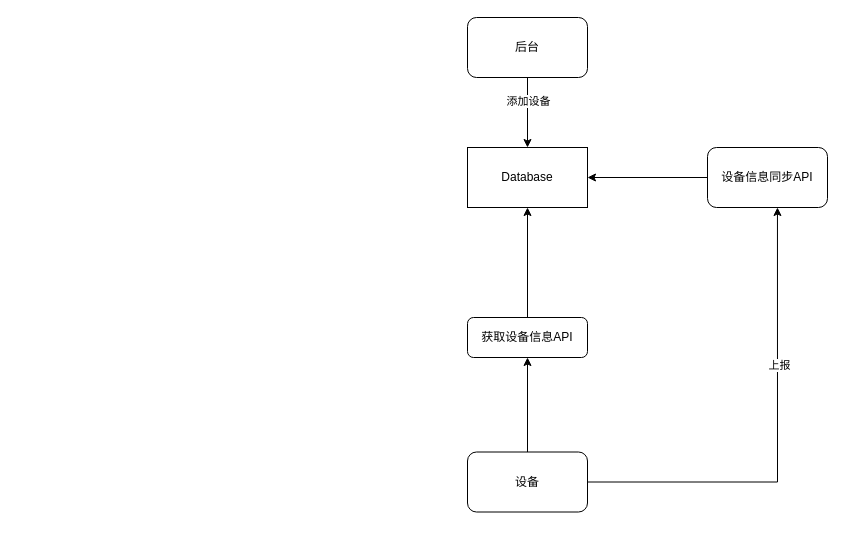
This is 设备API.drawio from mandarenmanman/apidoc, a draw.io file, before an edit. Source tidied: cells renumbered, new cells numbered last; positions are measured from the earlier drawing's top-left corner, leaving out a move shared by most shapes. Both pictures are drawn from the tidied source at 100%, with x=0, y=0 at pixel (467, 17).
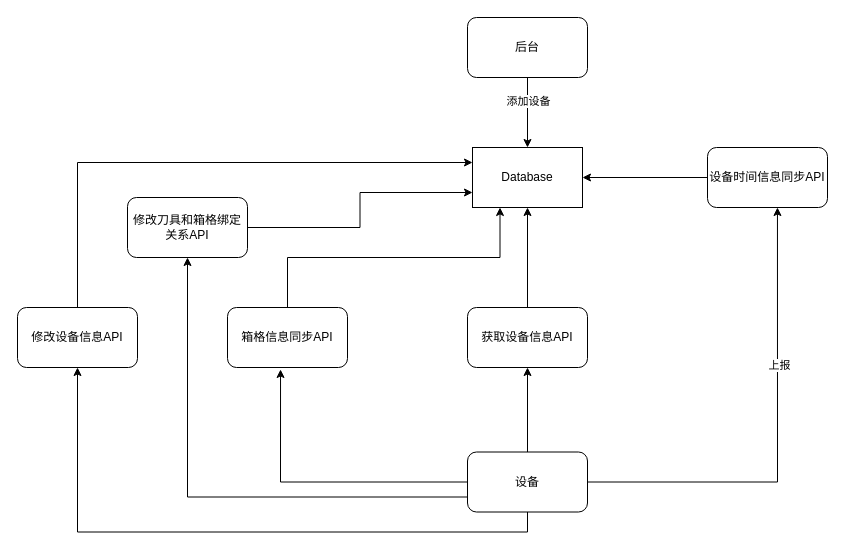
The same page after the edit.

Unchanged cells that the change refers to:
```xml
<mxCell id="8" value="设备" style="rounded=1;whiteSpace=wrap;html=1;" parent="1" vertex="1">
  <mxGeometry y="434.5" width="120" height="60" as="geometry" />
</mxCell>
```

The edit, as a diff of the source:
```diff
@@
     <mxCell id="3" value="Database" style="rounded=0;whiteSpace=wrap;html=1;" parent="1" vertex="1">
-      <mxGeometry y="130" width="120" height="60" as="geometry" />
+      <mxGeometry x="5" y="130" width="110" height="60" as="geometry" />
     </mxCell>
@@
+    <mxCell id="14" style="edgeStyle=orthogonalEdgeStyle;rounded=0;jettySize=auto;html=1;entryX=0.442;entryY=1.033;entryDx=0;entryDy=0;entryPerimeter=0;" parent="1" edge="1" source="8" target="18">
+      <mxGeometry relative="1" as="geometry" />
+    </mxCell>
+    <mxCell id="15" style="edgeStyle=orthogonalEdgeStyle;rounded=0;jettySize=auto;html=1;exitX=0.5;exitY=1;exitDx=0;exitDy=0;entryX=0.5;entryY=1;entryDx=0;entryDy=0;" parent="1" edge="1" source="8" target="20">
+      <mxGeometry relative="1" as="geometry" />
+    </mxCell>
+    <mxCell id="16" style="edgeStyle=orthogonalEdgeStyle;rounded=0;jettySize=auto;html=1;exitX=0;exitY=0.75;exitDx=0;exitDy=0;entryX=0.5;entryY=1;entryDx=0;entryDy=0;" parent="1" edge="1" source="8" target="22">
+      <mxGeometry relative="1" as="geometry" />
+    </mxCell>
@@
     <mxCell id="10" value="获取设备信息API" style="rounded=1;whiteSpace=wrap;html=1;" parent="1" vertex="1">
-      <mxGeometry y="300" width="120" height="40" as="geometry" />
+      <mxGeometry y="290" width="120" height="60" as="geometry" />
     </mxCell>
@@
-    <mxCell id="13" value="设备信息同步API" style="rounded=1;whiteSpace=wrap;html=1;" parent="1" vertex="1">
+    <mxCell id="13" value="设备时间信息同步API" style="rounded=1;whiteSpace=wrap;html=1;" parent="1" vertex="1">
       <mxGeometry x="240" y="130" width="120" height="60" as="geometry" />
     </mxCell>
+    <mxCell id="17" style="edgeStyle=orthogonalEdgeStyle;rounded=0;jettySize=auto;html=1;exitX=0.5;exitY=0;exitDx=0;exitDy=0;entryX=0.25;entryY=1;entryDx=0;entryDy=0;" parent="1" edge="1" source="18" target="3">
+      <mxGeometry relative="1" as="geometry" />
+    </mxCell>
+    <mxCell id="18" value="箱格信息同步API" style="rounded=1;whiteSpace=wrap;html=1;" parent="1" vertex="1">
+      <mxGeometry x="-240" y="290" width="120" height="60" as="geometry" />
+    </mxCell>
+    <mxCell id="19" style="edgeStyle=orthogonalEdgeStyle;rounded=0;jettySize=auto;html=1;entryX=0;entryY=0.25;entryDx=0;entryDy=0;" parent="1" edge="1" source="20" target="3">
+      <mxGeometry relative="1" as="geometry">
+        <Array as="points">
+          <mxPoint x="-390" y="145" />
+        </Array>
+      </mxGeometry>
+    </mxCell>
+    <mxCell id="20" value="修改设备信息API" style="rounded=1;whiteSpace=wrap;html=1;" parent="1" vertex="1">
+      <mxGeometry x="-450" y="290" width="120" height="60" as="geometry" />
+    </mxCell>
+    <mxCell id="21" style="edgeStyle=orthogonalEdgeStyle;rounded=0;jettySize=auto;html=1;exitX=1;exitY=0.5;exitDx=0;exitDy=0;entryX=0;entryY=0.75;entryDx=0;entryDy=0;" parent="1" edge="1" source="22" target="3">
+      <mxGeometry relative="1" as="geometry" />
+    </mxCell>
+    <mxCell id="22" value="修改刀具和箱格绑定关系API" style="rounded=1;whiteSpace=wrap;html=1;" parent="1" vertex="1">
+      <mxGeometry x="-340" y="180" width="120" height="60" as="geometry" />
+    </mxCell>
```
